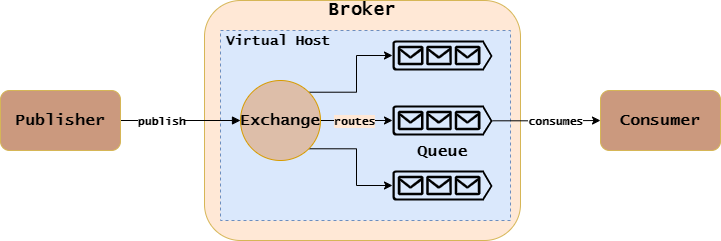
This is notes/AMQP 0-9-1：模型-img/AMQP0-9-1.png from xhjian/rabbitmq-notes, a draw.io export, as it was before one commit. Source tidied: cells renumbered, new cells last; positions are measured from the earlier drawing's top-left corner, leaving out a move shared by most shapes.
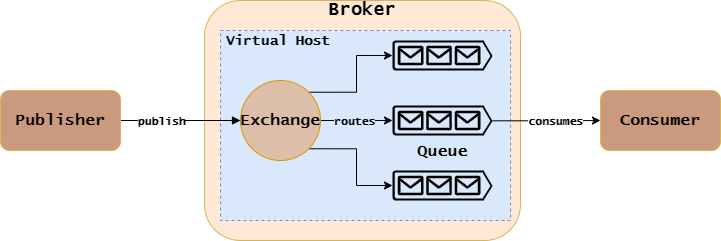
Above is the later version.

Commit message:
AMQP 0-9-1：模型.md（Exchange）

Change to the diagram source:
```diff
@@ -28,7 +28,7 @@
     <mxCell id="9" style="edgeStyle=orthogonalEdgeStyle;rounded=0;jettySize=auto;html=1;exitX=1;exitY=0.5;exitDx=0;exitDy=0;entryX=0;entryY=0.5;entryDx=0;entryDy=0;entryPerimeter=0;fontFamily=Lucida Console;fontStyle=1;" parent="1" edge="1" source="12" target="16">
       <mxGeometry relative="1" as="geometry" />
     </mxCell>
-    <mxCell id="10" value="routes" style="edgeLabel;html=1;align=center;verticalAlign=middle;fontFamily=Lucida Console;labelBackgroundColor=#ffe8d6;fontStyle=1;" parent="9" vertex="1">
+    <mxCell id="10" value="routes" style="edgeLabel;html=1;align=center;verticalAlign=middle;fontFamily=Lucida Console;labelBackgroundColor=#DAE8FC;fontStyle=1;" parent="9" vertex="1">
       <mxGeometry x="-0.25" y="-3" relative="1" as="geometry">
         <mxPoint x="6" y="-3" as="offset" />
       </mxGeometry>
```
